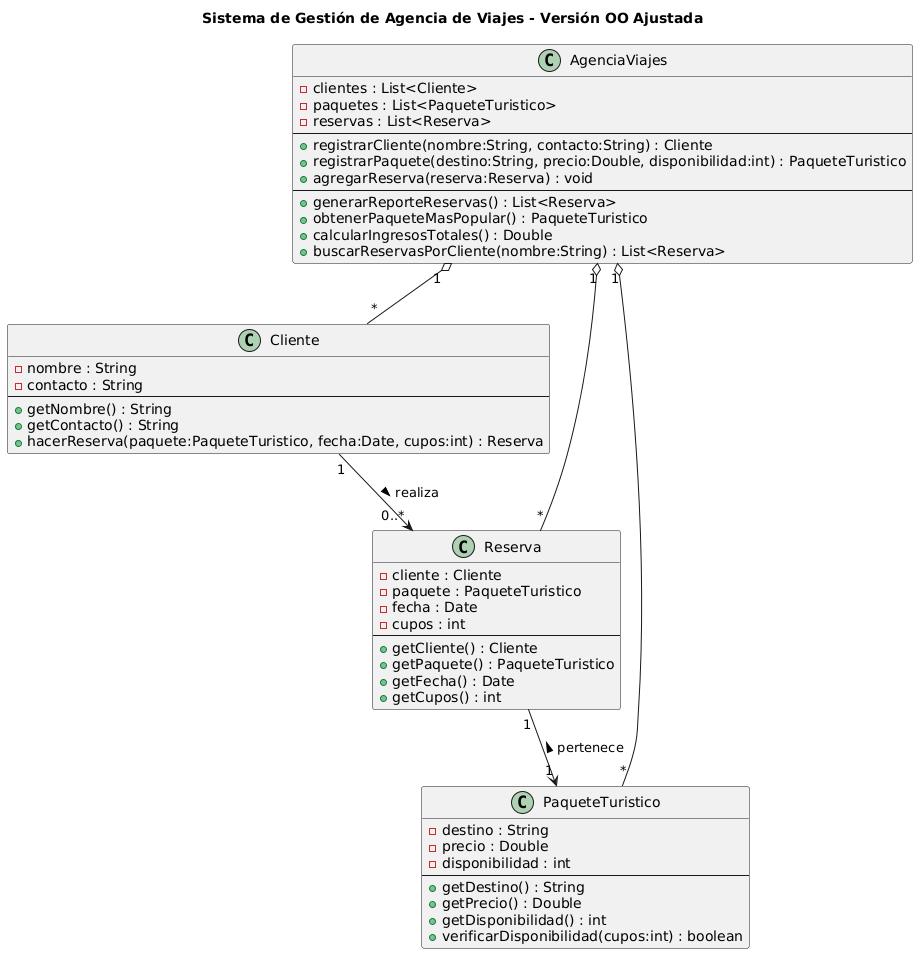
Above: Diagrama de Clases.png in edissonrivera0124/imagenes (PlantUML), before the change.
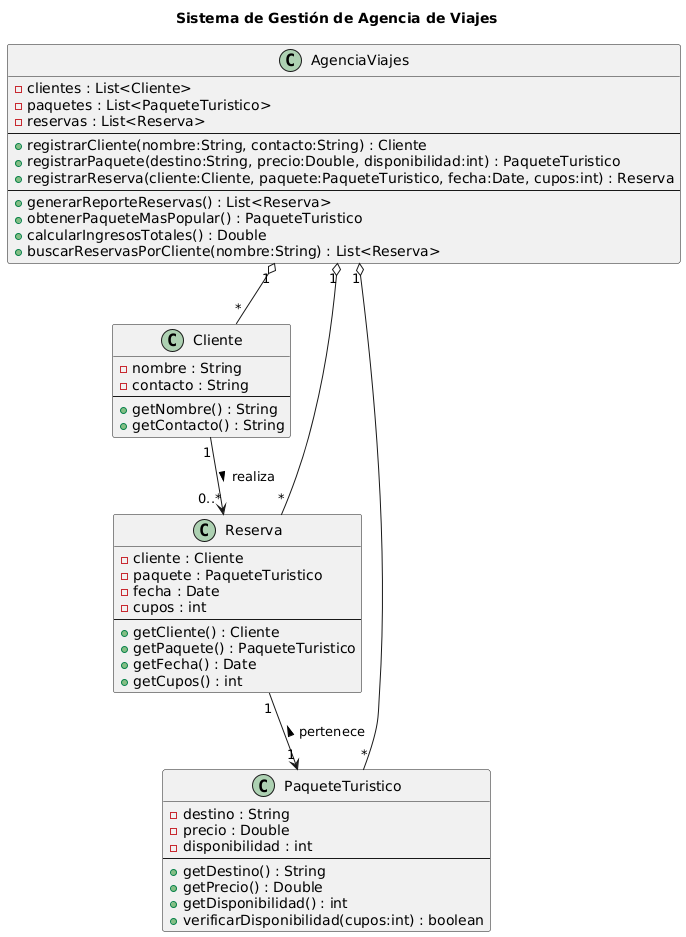
The same diagram one commit later.

Change to the diagram source:
```diff
@@ -1,13 +1,11 @@
 @startuml
-title Sistema de Gestión de Agencia de Viajes - Versión OO Ajustada
-
+title Sistema de Gestión de Agencia de Viajes
 class Cliente {
   - nombre : String
   - contacto : String
   --
   + getNombre() : String
   + getContacto() : String
-  + hacerReserva(paquete:PaqueteTuristico, fecha:Date, cupos:int) : Reserva
 }
 
 class PaqueteTuristico {
@@ -40,7 +38,7 @@
   --
   + registrarCliente(nombre:String, contacto:String) : Cliente
   + registrarPaquete(destino:String, precio:Double, disponibilidad:int) : PaqueteTuristico
-  + agregarReserva(reserva:Reserva) : void
+  + registrarReserva(cliente:Cliente, paquete:PaqueteTuristico, fecha:Date, cupos:int) : Reserva
   --
   + generarReporteReservas() : List<Reserva>
   + obtenerPaqueteMasPopular() : PaqueteTuristico
```
